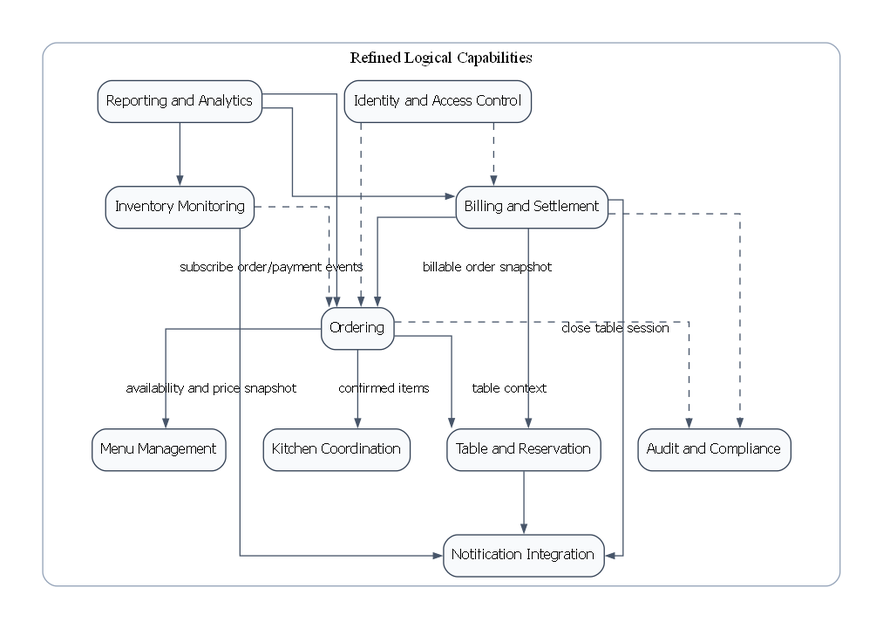
This is assets/diagrams/rendered/architecture/05_refined_logical_components_cua_irms.png from lehoangluan1/SA_IRMS, a Graphviz export, as it was before one commit. Its source is kept beside it as assets/diagrams/source/architecture/05_refined_logical_components_cua_irms.dot.
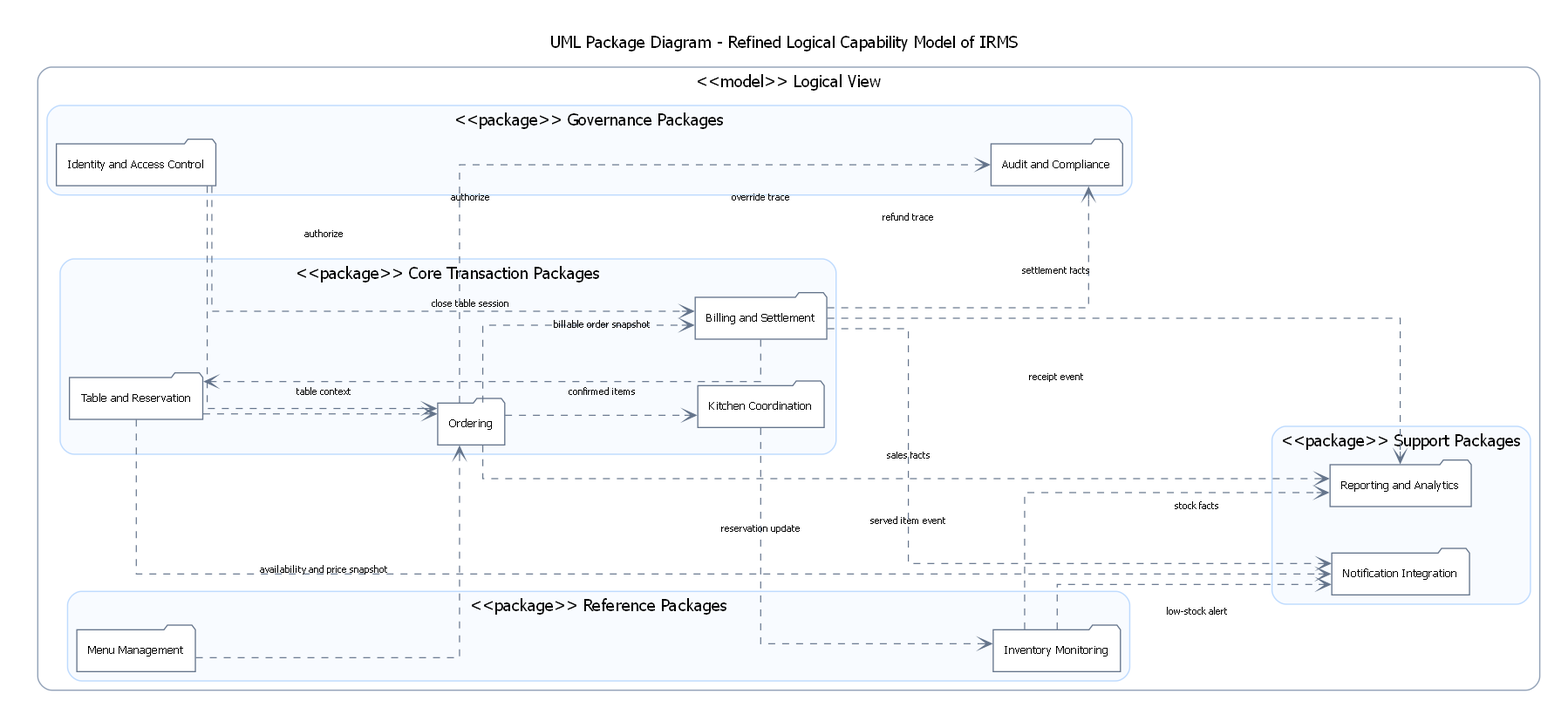
The same diagram one commit later.

The edit, as a diff of the source:
```diff
@@ -1,36 +1,83 @@
 digraph G {
-  graph [rankdir=TB, bgcolor="white", splines=ortho, nodesep=0.45, ranksep=0.75, pad=0.4];
-  node [fontname="DejaVu Sans", fontsize=12];
-  edge [fontname="DejaVu Sans", fontsize=11, color="#475569", arrowsize=0.7];
-  subgraph cluster_1 {
-    label="Refined Logical Capabilities";
+  graph [
+    rankdir=LR,
+    newrank=true,
+    compound=true,
+    bgcolor="white",
+    pad=0.34,
+    nodesep=0.56,
+    ranksep=1.05,
+    splines=ortho,
+    fontname="DejaVu Sans",
+    labelloc="t",
+    label="UML Package Diagram - Refined Logical Capability Model of IRMS"
+  ];
+
+  node [shape=folder, style="filled", fillcolor="#FFFFFF", color="#64748B", penwidth=1.0, fontname="DejaVu Sans", fontsize=9.8, margin="0.14,0.08"];
+  edge [style=dashed, arrowhead=vee, color="#64748B", penwidth=0.9, fontname="DejaVu Sans", fontsize=8.2];
+
+  subgraph cluster_model {
+    label="<<model>> Logical View";
     color="#94A3B8";
+    penwidth=1.1;
     style="rounded";
-    "Table_and_Reservation" [label="Table and Reservation", shape=box, style="rounded,filled", fillcolor="#F8FAFC", color="#334155", fontname="DejaVu Sans", fontsize=12];
-    "Menu_Management" [label="Menu Management", shape=box, style="rounded,filled", fillcolor="#F8FAFC", color="#334155", fontname="DejaVu Sans", fontsize=12];
-    "Ordering" [label="Ordering", shape=box, style="rounded,filled", fillcolor="#F8FAFC", color="#334155", fontname="DejaVu Sans", fontsize=12];
-    "Kitchen_Coordination" [label="Kitchen Coordination", shape=box, style="rounded,filled", fillcolor="#F8FAFC", color="#334155", fontname="DejaVu Sans", fontsize=12];
-    "Billing_and_Settlement" [label="Billing and Settlement", shape=box, style="rounded,filled", fillcolor="#F8FAFC", color="#334155", fontname="DejaVu Sans", fontsize=12];
-    "Inventory_Monitoring" [label="Inventory Monitoring", shape=box, style="rounded,filled", fillcolor="#F8FAFC", color="#334155", fontname="DejaVu Sans", fontsize=12];
-    "Reporting_and_Analytics" [label="Reporting and Analytics", shape=box, style="rounded,filled", fillcolor="#F8FAFC", color="#334155", fontname="DejaVu Sans", fontsize=12];
-    "Identity_and_Access_Control" [label="Identity and Access Control", shape=box, style="rounded,filled", fillcolor="#F8FAFC", color="#334155", fontname="DejaVu Sans", fontsize=12];
-    "Audit_and_Compliance" [label="Audit and Compliance", shape=box, style="rounded,filled", fillcolor="#F8FAFC", color="#334155", fontname="DejaVu Sans", fontsize=12];
-    "Notification_Integration" [label="Notification Integration", shape=box, style="rounded,filled", fillcolor="#F8FAFC", color="#334155", fontname="DejaVu Sans", fontsize=12];
+
+    subgraph cluster_core {
+      label="<<package>> Core Transaction Packages";
+      color="#BFDBFE";
+      style="rounded,filled";
+      fillcolor="#F8FBFF";
+      table_reservation [label="Table and Reservation"];
+      ordering [label="Ordering"];
+      kitchen [label="Kitchen Coordination"];
+      billing [label="Billing and Settlement"];
+    }
+
+    subgraph cluster_reference {
+      label="<<package>> Reference Packages";
+      color="#BFDBFE";
+      style="rounded,filled";
+      fillcolor="#F8FBFF";
+      menu [label="Menu Management"];
+      inventory [label="Inventory Monitoring"];
+    }
+
+    subgraph cluster_governance {
+      label="<<package>> Governance Packages";
+      color="#BFDBFE";
+      style="rounded,filled";
+      fillcolor="#F8FBFF";
+      iam [label="Identity and Access Control"];
+      audit [label="Audit and Compliance"];
+    }
+
+    subgraph cluster_support {
+      label="<<package>> Support Packages";
+      color="#BFDBFE";
+      style="rounded,filled";
+      fillcolor="#F8FBFF";
+      notification [label="Notification Integration"];
+      reporting [label="Reporting and Analytics"];
+    }
   }
-  "Ordering" -> "Table_and_Reservation" [label="table context"];
-  "Ordering" -> "Menu_Management" [label="availability and price snapshot"];
-  "Ordering" -> "Kitchen_Coordination" [label="confirmed items"];
-  "Billing_and_Settlement" -> "Ordering" [label="billable order snapshot"];
-  "Billing_and_Settlement" -> "Table_and_Reservation" [label="close table session"];
-  "Inventory_Monitoring" -> "Ordering" [label="subscribe order/payment events", style="dashed"];
-  "Reporting_and_Analytics" -> "Ordering" [];
-  "Reporting_and_Analytics" -> "Billing_and_Settlement" [];
-  "Reporting_and_Analytics" -> "Inventory_Monitoring" [];
-  "Ordering" -> "Audit_and_Compliance" [style="dashed"];
-  "Billing_and_Settlement" -> "Audit_and_Compliance" [style="dashed"];
-  "Identity_and_Access_Control" -> "Ordering" [style="dashed"];
-  "Identity_and_Access_Control" -> "Billing_and_Settlement" [style="dashed"];
-  "Table_and_Reservation" -> "Notification_Integration" [];
-  "Billing_and_Settlement" -> "Notification_Integration" [];
-  "Inventory_Monitoring" -> "Notification_Integration" [];
+
+  table_reservation -> ordering [label="table context"];
+  menu -> ordering [label="availability and price snapshot"];
+  ordering -> kitchen [label="confirmed items"];
+  ordering -> billing [label="billable order snapshot"];
+  kitchen -> inventory [label="served item event"];
+  billing -> table_reservation [label="close table session"];
+
+  table_reservation -> notification [label="reservation update"];
+  billing -> notification [label="receipt event"];
+  inventory -> notification [label="low-stock alert"];
+
+  ordering -> reporting [label="sales facts"];
+  billing -> reporting [label="settlement facts"];
+  inventory -> reporting [label="stock facts"];
+
+  iam -> ordering [label="authorize"];
+  iam -> billing [label="authorize"];
+  ordering -> audit [label="override trace"];
+  billing -> audit [label="refund trace"];
 }
```
